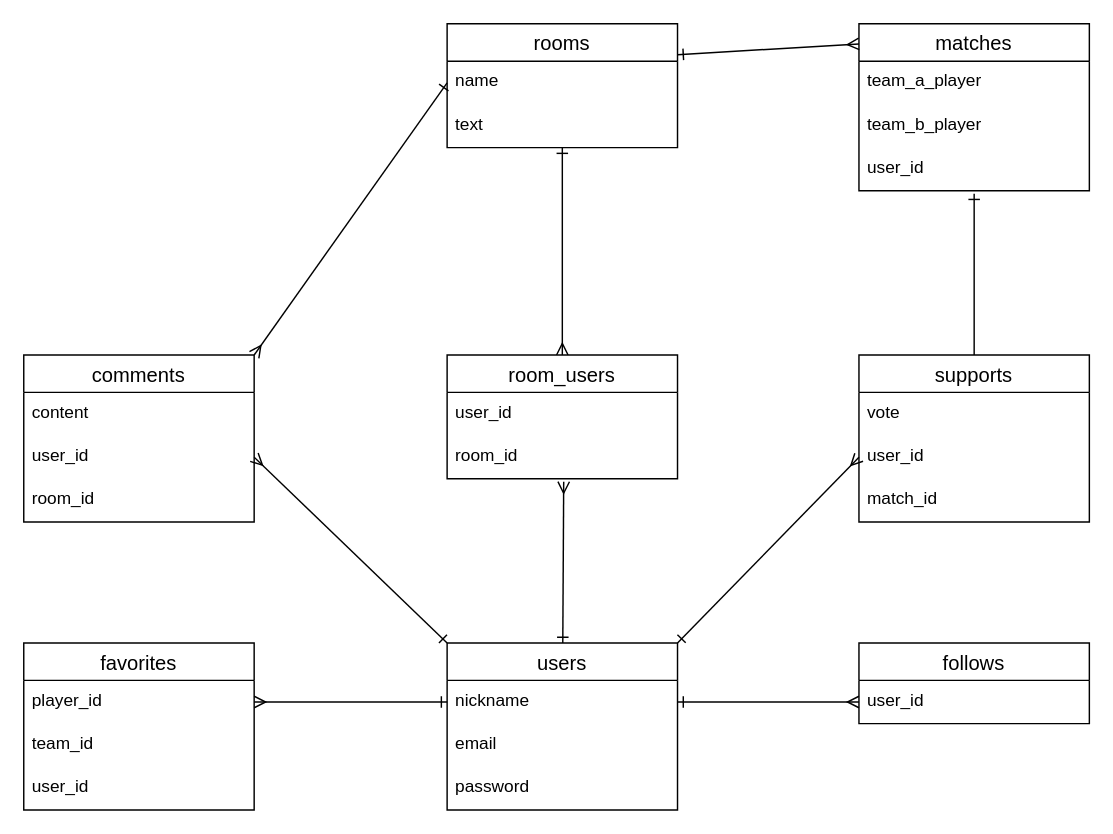
yutasato21/NJPW_chat keeps this draw.io diagram as NJPW_chat.dio. Above is the earlier version. Source tidied: cells renumbered, new cells numbered last; positions are measured from the earlier drawing's top-left corner, leaving out a move shared by most shapes. Both pictures are drawn from the tidied source at 144%, with x=0, y=0 at pixel (23, 23).
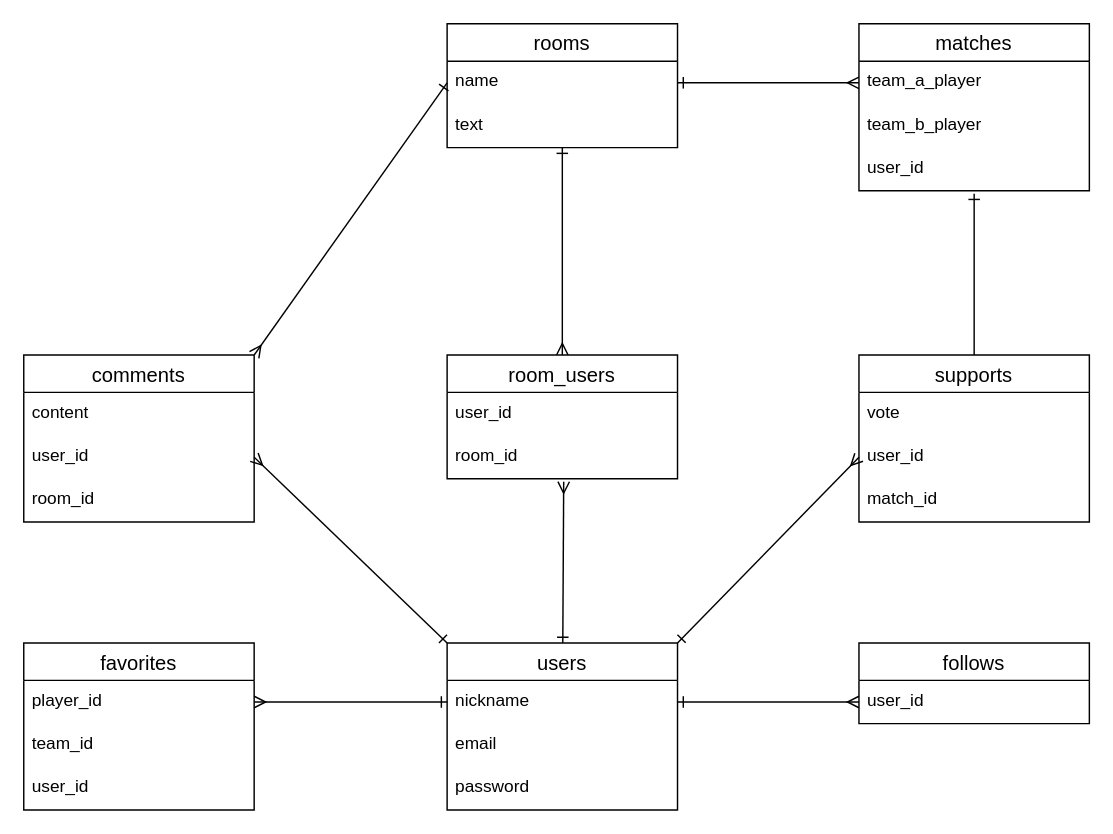
The same diagram, later.

Unchanged cells that the change refers to:
```xml
<mxCell id="8" value="rooms" style="swimlane;fontStyle=0;horizontal=1;startSize=26;align=center;fontSize=14;" parent="1" vertex="1">
  <mxGeometry x="294" width="160" height="86" as="geometry" />
</mxCell>
<mxCell id="9" value="name" style="text;strokeColor=none;fillColor=none;spacingLeft=4;spacingRight=4;overflow=hidden;points=[[0,0.5],[1,0.5]];portConstraint=eastwest;fontSize=12;" parent="8" vertex="1">
  <mxGeometry y="26" width="160" height="30" as="geometry" />
</mxCell>
<mxCell id="35" value="team_a_player" style="text;strokeColor=none;fillColor=none;spacingLeft=4;spacingRight=4;overflow=hidden;points=[[0,0.5],[1,0.5]];portConstraint=eastwest;fontSize=12;" parent="34" vertex="1">
  <mxGeometry y="26" width="160" height="30" as="geometry" />
</mxCell>
```

Diff of the diagram source:
```diff
@@
-    <mxCell id="38" style="edgeStyle=none;html=1;entryX=1;entryY=0.25;entryDx=0;entryDy=0;startArrow=ERmany;startFill=0;endArrow=ERone;endFill=0;" parent="1" edge="1" target="8">
-      <mxGeometry relative="1" as="geometry">
-        <mxPoint x="580" y="14" as="sourcePoint" />
-      </mxGeometry>
+    <mxCell id="38" style="edgeStyle=none;html=1;startArrow=ERmany;startFill=0;endArrow=ERone;endFill=0;entryX=1;entryY=0.5;entryDx=0;entryDy=0;exitX=0;exitY=0.5;exitDx=0;exitDy=0;" parent="1" edge="1" source="35" target="9">
+      <mxGeometry relative="1" as="geometry" />
     </mxCell>
```
